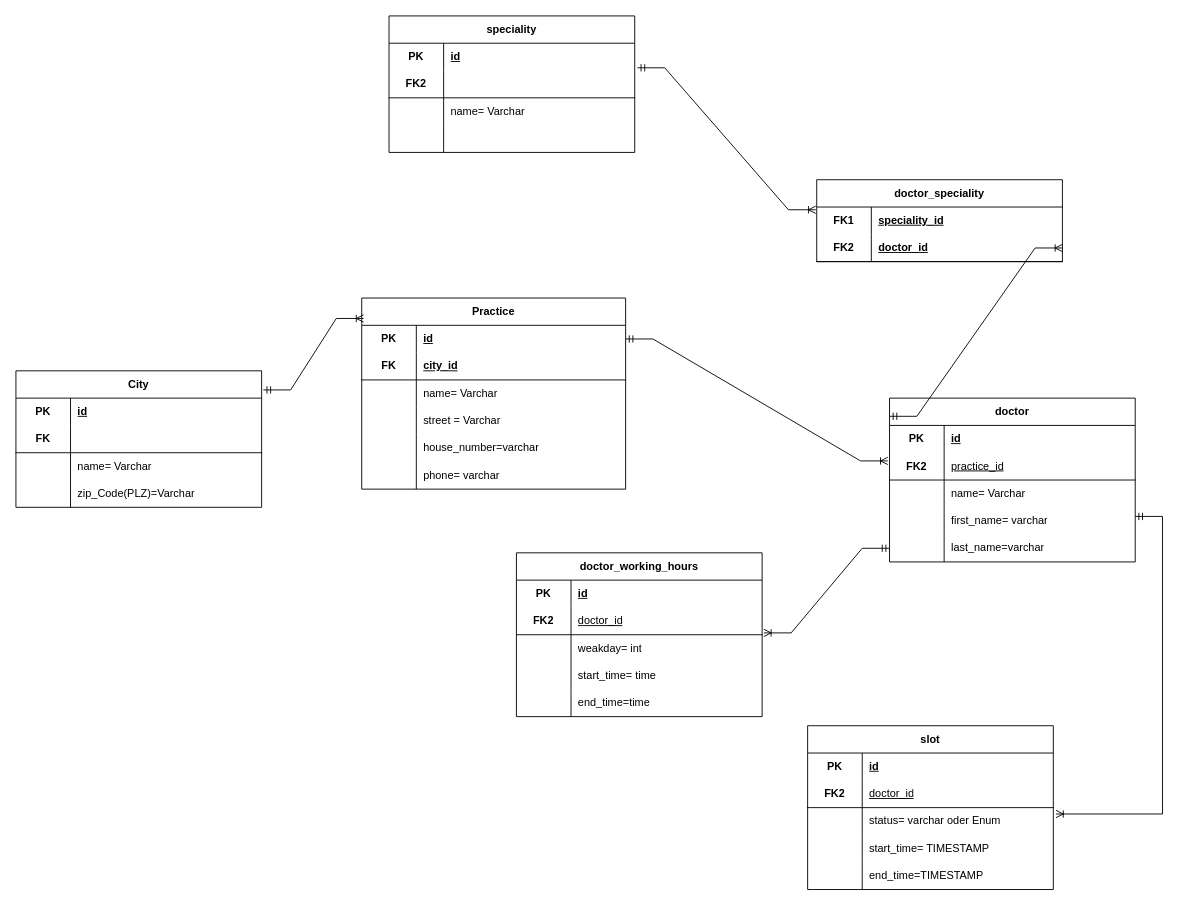
This is Provider-Service.drawio from FBAgol/patient_appointment_service, a draw.io file, before an edit. Source tidied: cells renumbered, new cells numbered last; positions are measured from the earlier drawing's top-left corner, leaving out a move shared by most shapes. Both pictures are drawn from the tidied source at 91%, with x=0, y=0 at pixel (15, 15).
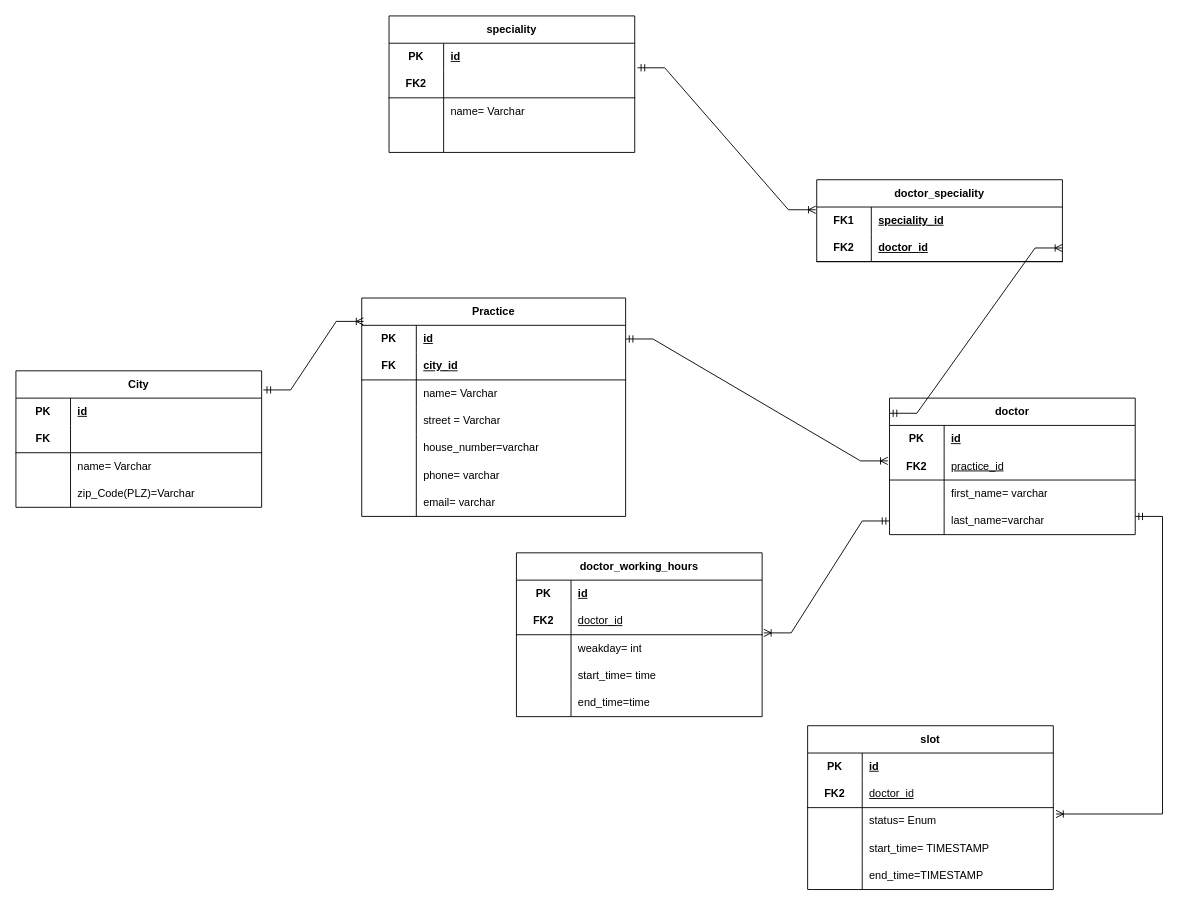
The same page after the edit.

Commit message (it also covers changes not shown here):
setup in provider drawio-  created an ENUM for the speciality

The change refers to these unchanged cells:
```xml
<mxCell id="98" style="shape=tableRow;horizontal=0;startSize=0;swimlaneHead=0;swimlaneBody=0;fillColor=none;points=[[0,0.5],[1,0.5]];portConstraint=eastwest;top=0;left=0;right=0;bottom=0;html=1;" parent="91" vertex="1">
  <mxGeometry y="90" width="270" height="30" as="geometry" />
</mxCell>
```

What changed in the source:
```diff
@@
     <mxCell id="2" value="Practice" style="shape=table;startSize=30;childLayout=tableLayout;rowLines=0;fontStyle=1;align=center;html=1;whiteSpace=wrap;flipH=0;legacyAnchorPoints=0;" parent="1" vertex="1">
-      <mxGeometry x="380" y="310" width="290" height="210" as="geometry" />
+      <mxGeometry x="380" y="310" width="290" height="240" as="geometry" />
     </mxCell>
@@
+    <mxCell id="108" style="shape=tableRow;horizontal=0;startSize=0;swimlaneHead=0;swimlaneBody=0;fillColor=none;top=0;left=0;right=0;bottom=0;html=1;verticalAlign=bottom;" parent="2" vertex="1">
+      <mxGeometry y="210" width="290" height="30" as="geometry" />
+    </mxCell>
+    <mxCell id="56" style="shape=partialRectangle;fillColor=none;top=0;left=0;bottom=0;right=0;overflow=hidden;html=1;whiteSpace=wrap;" parent="108" vertex="1">
+      <mxGeometry width="60" height="30" as="geometry" />
+    </mxCell>
+    <mxCell id="109" value="email= varchar" style="shape=partialRectangle;fillColor=none;top=0;left=0;bottom=0;right=0;align=left;spacingLeft=6;overflow=hidden;html=1;whiteSpace=wrap;" parent="108" vertex="1">
+      <mxGeometry x="60" width="230" height="30" as="geometry" />
+    </mxCell>
@@
     <mxCell id="48" value="doctor" style="shape=table;startSize=30;childLayout=tableLayout;rowLines=0;fontStyle=1;align=center;html=1;whiteSpace=wrap;" parent="1" vertex="1">
-      <mxGeometry x="960" y="420" width="270" height="180" as="geometry" />
+      <mxGeometry x="960" y="420" width="270" height="150" as="geometry" />
     </mxCell>
@@
-    <mxCell id="55" style="shape=tableRow;horizontal=0;startSize=0;swimlaneHead=0;swimlaneBody=0;fillColor=none;top=0;left=0;right=0;bottom=0;html=1;" parent="48" vertex="1">
-      <mxGeometry y="90" width="270" height="30" as="geometry" />
-    </mxCell>
-    <mxCell id="56" style="shape=partialRectangle;fillColor=none;top=0;left=0;bottom=0;right=0;overflow=hidden;html=1;whiteSpace=wrap;" parent="55" vertex="1">
-      <mxGeometry width="60" height="30" as="geometry" />
-    </mxCell>
-    <mxCell id="57" value="name= Varchar" style="shape=partialRectangle;fillColor=none;top=0;left=0;bottom=0;right=0;align=left;spacingLeft=6;overflow=hidden;html=1;whiteSpace=wrap;" parent="55" vertex="1">
-      <mxGeometry x="60" width="210" height="30" as="geometry" />
-    </mxCell>
     <mxCell id="58" style="shape=tableRow;horizontal=0;startSize=0;swimlaneHead=0;swimlaneBody=0;fillColor=none;top=0;left=0;right=0;bottom=0;html=1;" parent="48" vertex="1">
-      <mxGeometry y="120" width="270" height="30" as="geometry" />
+      <mxGeometry y="90" width="270" height="30" as="geometry" />
     </mxCell>
@@
     <mxCell id="61" style="shape=tableRow;horizontal=0;startSize=0;swimlaneHead=0;swimlaneBody=0;fillColor=none;points=[[0,0.5],[1,0.5]];portConstraint=eastwest;top=0;left=0;right=0;bottom=0;html=1;" parent="48" vertex="1">
-      <mxGeometry y="150" width="270" height="30" as="geometry" />
+      <mxGeometry y="120" width="270" height="30" as="geometry" />
     </mxCell>
@@
-    <mxCell id="100" value="status= varchar oder Enum" style="shape=partialRectangle;fillColor=none;top=0;left=0;bottom=0;right=0;align=left;spacingLeft=6;overflow=hidden;html=1;whiteSpace=wrap;" parent="98" vertex="1">
+    <mxCell id="100" value="status= Enum" style="shape=partialRectangle;fillColor=none;top=0;left=0;bottom=0;right=0;align=left;spacingLeft=6;overflow=hidden;html=1;whiteSpace=wrap;" parent="98" vertex="1">
       <mxGeometry x="60" width="210" height="30" as="geometry" />
     </mxCell>
```
